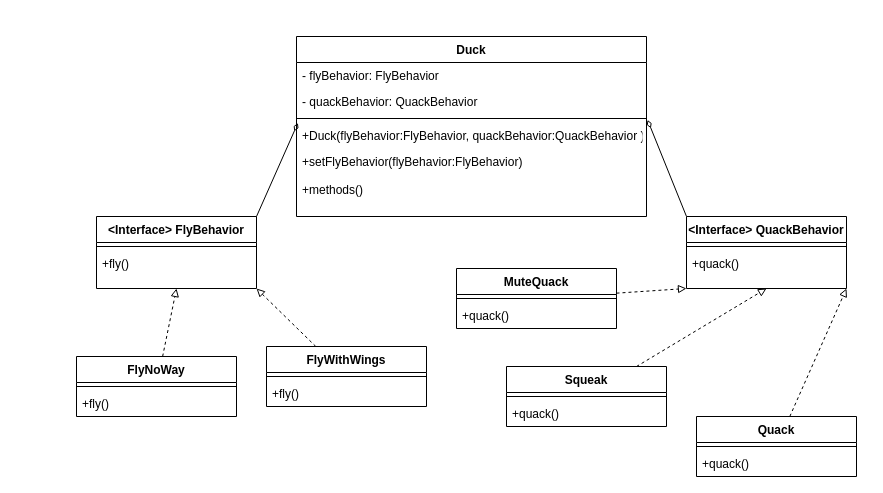
Above: Lab1/Zadanie 2.drawio in 0Rav0/ZPO (draw.io), before the change. Source tidied: cells renumbered, new cells numbered last; positions are measured from the earlier drawing's top-left corner, leaving out a move shared by most shapes. Both pictures are drawn from the tidied source at 100%, with x=0, y=0 at pixel (76, 36).
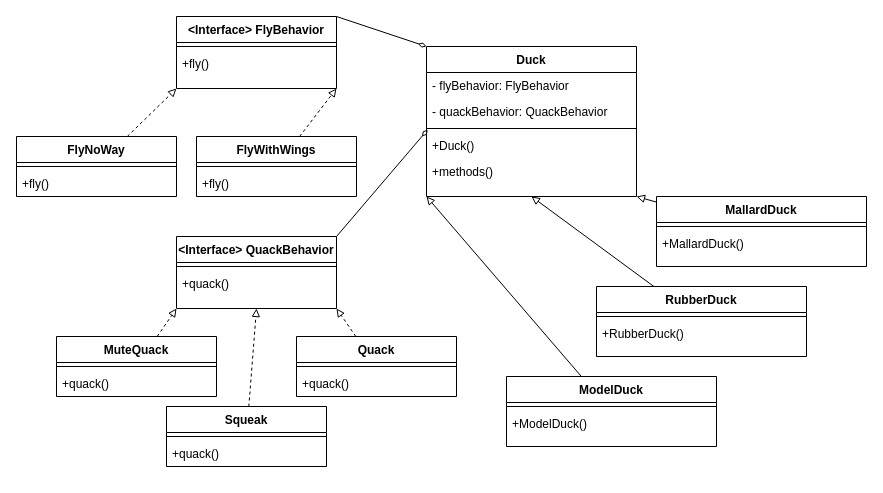
After the change.

Diff of the diagram source:
```diff
@@
     <mxCell id="2" value="Duck" style="swimlane;fontStyle=1;align=center;verticalAlign=top;horizontal=1;startSize=26;rounded=0;shadow=0;strokeWidth=1;" parent="1" vertex="1">
-      <mxGeometry x="220" width="350" height="180" as="geometry" />
+      <mxGeometry x="350" y="10" width="210" height="150" as="geometry" />
     </mxCell>
     <mxCell id="3" value="- flyBehavior: FlyBehavior" style="text;align=left;verticalAlign=top;spacingLeft=4;spacingRight=4;overflow=hidden;" parent="2" vertex="1">
-      <mxGeometry y="26" width="350" height="26" as="geometry" />
+      <mxGeometry y="26" width="210" height="26" as="geometry" />
     </mxCell>
     <mxCell id="4" value="- quackBehavior: QuackBehavior" style="text;align=left;verticalAlign=top;spacingLeft=4;spacingRight=4;overflow=hidden;rounded=0;shadow=0;html=0;" parent="2" vertex="1">
-      <mxGeometry y="52" width="350" height="26" as="geometry" />
+      <mxGeometry y="52" width="210" height="26" as="geometry" />
     </mxCell>
     <mxCell id="5" style="line;html=1;strokeWidth=1;align=left;verticalAlign=middle;spacingTop=-1;spacingLeft=3;spacingRight=3;labelPosition=right;points=[];portConstraint=eastwest;" parent="2" vertex="1">
-      <mxGeometry y="78" width="350" height="8" as="geometry" />
+      <mxGeometry y="78" width="210" height="8" as="geometry" />
     </mxCell>
-    <mxCell id="6" value="+Duck(flyBehavior:FlyBehavior, quackBehavior:QuackBehavior )" style="text;align=left;verticalAlign=top;spacingLeft=4;spacingRight=4;overflow=hidden;points=[[0,0.5],[1,0.5]];portConstraint=eastwest;" parent="2" vertex="1">
-      <mxGeometry y="86" width="350" height="26" as="geometry" />
+    <mxCell id="6" value="+Duck()" style="text;align=left;verticalAlign=top;spacingLeft=4;spacingRight=4;overflow=hidden;points=[[0,0.5],[1,0.5]];portConstraint=eastwest;" parent="2" vertex="1">
+      <mxGeometry y="86" width="210" height="26" as="geometry" />
     </mxCell>
-    <mxCell id="7" value="+setFlyBehavior(flyBehavior:FlyBehavior)" style="text;align=left;verticalAlign=top;spacingLeft=4;spacingRight=4;overflow=hidden;" parent="2" vertex="1">
-      <mxGeometry y="112" width="350" height="28" as="geometry" />
-    </mxCell>
     <mxCell id="8" value="+methods()" style="text;align=left;verticalAlign=top;spacingLeft=4;spacingRight=4;overflow=hidden;" parent="2" vertex="1">
-      <mxGeometry y="140" width="350" height="28" as="geometry" />
+      <mxGeometry y="112" width="210" height="28" as="geometry" />
     </mxCell>
-    <mxCell id="9" style="rounded=0;jettySize=auto;html=1;entryX=0.5;entryY=1;entryDx=0;entryDy=0;dashed=1;endArrow=block;endFill=0;" parent="1" edge="1" source="10" target="13">
+    <mxCell id="9" style="rounded=0;jettySize=auto;html=1;entryX=0;entryY=1;entryDx=0;entryDy=0;dashed=1;endArrow=block;endFill=0;" parent="1" edge="1" source="10" target="13">
       <mxGeometry relative="1" as="geometry" />
     </mxCell>
     <mxCell id="10" value="FlyNoWay" style="swimlane;fontStyle=1;align=center;verticalAlign=top;horizontal=1;startSize=26;rounded=0;shadow=0;strokeWidth=1;" parent="1" vertex="1">
-      <mxGeometry y="320" width="160" height="60" as="geometry" />
+      <mxGeometry x="-60" y="100" width="160" height="60" as="geometry" />
     </mxCell>
@@
     <mxCell id="13" value="&lt;Interface&gt; FlyBehavior" style="swimlane;fontStyle=1;align=center;verticalAlign=top;horizontal=1;startSize=26;rounded=0;shadow=0;strokeWidth=1;" parent="1" vertex="1">
-      <mxGeometry x="20" y="180" width="160" height="72" as="geometry" />
+      <mxGeometry x="100" y="-20" width="160" height="72" as="geometry" />
     </mxCell>
@@
-    <mxCell id="16" style="rounded=0;jettySize=auto;html=1;entryX=0.004;entryY=0.022;entryDx=0;entryDy=0;endArrow=diamondThin;endFill=0;exitX=1;exitY=0;exitDx=0;exitDy=0;strokeWidth=1;sourcePerimeterSpacing=0;strokeOpacity=100;fillOpacity=100;arcSize=20;jumpStyle=none;strokeColor=default;entryPerimeter=0;" parent="1" edge="1" source="13" target="6">
+    <mxCell id="16" style="rounded=0;jettySize=auto;html=1;endArrow=diamondThin;endFill=0;exitX=1;exitY=0;exitDx=0;exitDy=0;strokeWidth=1;sourcePerimeterSpacing=0;strokeOpacity=100;fillOpacity=100;arcSize=20;jumpStyle=none;strokeColor=default;entryX=0;entryY=0;entryDx=0;entryDy=0;" parent="1" edge="1" source="13" target="2">
       <mxGeometry relative="1" as="geometry" />
     </mxCell>
-    <mxCell id="17" style="rounded=0;jettySize=auto;html=1;entryX=1.003;entryY=-0.099;entryDx=0;entryDy=0;endArrow=diamondThin;endFill=0;exitX=0;exitY=0;exitDx=0;exitDy=0;entryPerimeter=0;" parent="1" edge="1" source="18" target="6">
+    <mxCell id="17" style="rounded=0;jettySize=auto;html=1;endArrow=diamondThin;endFill=0;exitX=1;exitY=0;exitDx=0;exitDy=0;entryX=0.006;entryY=0.643;entryDx=0;entryDy=0;entryPerimeter=0;" parent="1" edge="1" source="18" target="5">
       <mxGeometry relative="1" as="geometry" />
     </mxCell>
     <mxCell id="18" value="&lt;Interface&gt; QuackBehavior" style="swimlane;fontStyle=1;align=center;verticalAlign=top;horizontal=1;startSize=26;rounded=0;shadow=0;strokeWidth=1;" parent="1" vertex="1">
-      <mxGeometry x="610" y="180" width="160" height="72" as="geometry" />
+      <mxGeometry x="100" y="200" width="160" height="72" as="geometry" />
     </mxCell>
@@
     <mxCell id="22" value="FlyWithWings" style="swimlane;fontStyle=1;align=center;verticalAlign=top;horizontal=1;startSize=26;rounded=0;shadow=0;strokeWidth=1;" parent="1" vertex="1">
-      <mxGeometry x="190" y="310" width="160" height="60" as="geometry" />
+      <mxGeometry x="120" y="100" width="160" height="60" as="geometry" />
     </mxCell>
@@
     <mxCell id="26" value="MuteQuack" style="swimlane;fontStyle=1;align=center;verticalAlign=top;horizontal=1;startSize=26;rounded=0;shadow=0;strokeWidth=1;" parent="1" vertex="1">
-      <mxGeometry x="380" y="232" width="160" height="60" as="geometry" />
+      <mxGeometry x="-20" y="300" width="160" height="60" as="geometry" />
     </mxCell>
@@
     <mxCell id="30" value="Squeak" style="swimlane;fontStyle=1;align=center;verticalAlign=top;horizontal=1;startSize=26;rounded=0;shadow=0;strokeWidth=1;" parent="1" vertex="1">
-      <mxGeometry x="430" y="330" width="160" height="60" as="geometry" />
+      <mxGeometry x="90" y="370" width="160" height="60" as="geometry" />
     </mxCell>
@@
     <mxCell id="34" value="Quack" style="swimlane;fontStyle=1;align=center;verticalAlign=top;horizontal=1;startSize=26;rounded=0;shadow=0;strokeWidth=1;" parent="1" vertex="1">
-      <mxGeometry x="620" y="380" width="160" height="60" as="geometry" />
+      <mxGeometry x="220" y="300" width="160" height="60" as="geometry" />
     </mxCell>
@@
+    <mxCell id="37" style="edgeStyle=none;rounded=0;jettySize=auto;html=1;entryX=1;entryY=1;entryDx=0;entryDy=0;strokeColor=default;align=center;verticalAlign=middle;fontFamily=Helvetica;fontSize=11;fontColor=default;labelBackgroundColor=default;endArrow=block;endFill=0;" parent="1" edge="1" source="38" target="2">
+      <mxGeometry relative="1" as="geometry" />
+    </mxCell>
+    <mxCell id="38" value="MallardDuck" style="swimlane;fontStyle=1;align=center;verticalAlign=top;horizontal=1;startSize=26;rounded=0;shadow=0;strokeWidth=1;" parent="1" vertex="1">
+      <mxGeometry x="580" y="160" width="210" height="70" as="geometry" />
+    </mxCell>
+    <mxCell id="39" style="line;html=1;strokeWidth=1;align=left;verticalAlign=middle;spacingTop=-1;spacingLeft=3;spacingRight=3;labelPosition=right;" parent="38" vertex="1">
+      <mxGeometry y="26" width="210" height="8" as="geometry" />
+    </mxCell>
+    <mxCell id="40" value="+MallardDuck()" style="text;align=left;verticalAlign=top;spacingLeft=4;spacingRight=4;overflow=hidden;" parent="38" vertex="1">
+      <mxGeometry y="34" width="210" height="26" as="geometry" />
+    </mxCell>
+    <mxCell id="41" style="edgeStyle=none;rounded=0;jettySize=auto;html=1;entryX=0.5;entryY=1;entryDx=0;entryDy=0;strokeColor=default;align=center;verticalAlign=middle;fontFamily=Helvetica;fontSize=11;fontColor=default;labelBackgroundColor=default;endArrow=block;endFill=0;" parent="1" edge="1" source="42" target="2">
+      <mxGeometry relative="1" as="geometry" />
+    </mxCell>
+    <mxCell id="42" value="RubberDuck" style="swimlane;fontStyle=1;align=center;verticalAlign=top;horizontal=1;startSize=26;rounded=0;shadow=0;strokeWidth=1;" parent="1" vertex="1">
+      <mxGeometry x="520" y="250" width="210" height="70" as="geometry" />
+    </mxCell>
+    <mxCell id="43" style="line;html=1;strokeWidth=1;align=left;verticalAlign=middle;spacingTop=-1;spacingLeft=3;spacingRight=3;labelPosition=right;" parent="42" vertex="1">
+      <mxGeometry y="26" width="210" height="8" as="geometry" />
+    </mxCell>
+    <mxCell id="44" value="+RubberDuck()" style="text;align=left;verticalAlign=top;spacingLeft=4;spacingRight=4;overflow=hidden;" parent="42" vertex="1">
+      <mxGeometry y="34" width="210" height="26" as="geometry" />
+    </mxCell>
+    <mxCell id="45" style="edgeStyle=none;rounded=0;jettySize=auto;html=1;entryX=0;entryY=1;entryDx=0;entryDy=0;strokeColor=default;align=center;verticalAlign=middle;fontFamily=Helvetica;fontSize=11;fontColor=default;labelBackgroundColor=default;endArrow=block;endFill=0;" parent="1" edge="1" source="46" target="2">
+      <mxGeometry relative="1" as="geometry" />
+    </mxCell>
+    <mxCell id="46" value="ModelDuck" style="swimlane;fontStyle=1;align=center;verticalAlign=top;horizontal=1;startSize=26;rounded=0;shadow=0;strokeWidth=1;" parent="1" vertex="1">
+      <mxGeometry x="430" y="340" width="210" height="70" as="geometry" />
+    </mxCell>
+    <mxCell id="47" style="line;html=1;strokeWidth=1;align=left;verticalAlign=middle;spacingTop=-1;spacingLeft=3;spacingRight=3;labelPosition=right;" parent="46" vertex="1">
+      <mxGeometry y="26" width="210" height="8" as="geometry" />
+    </mxCell>
+    <mxCell id="48" value="+ModelDuck()" style="text;align=left;verticalAlign=top;spacingLeft=4;spacingRight=4;overflow=hidden;" parent="46" vertex="1">
+      <mxGeometry y="34" width="210" height="26" as="geometry" />
+    </mxCell>
```
